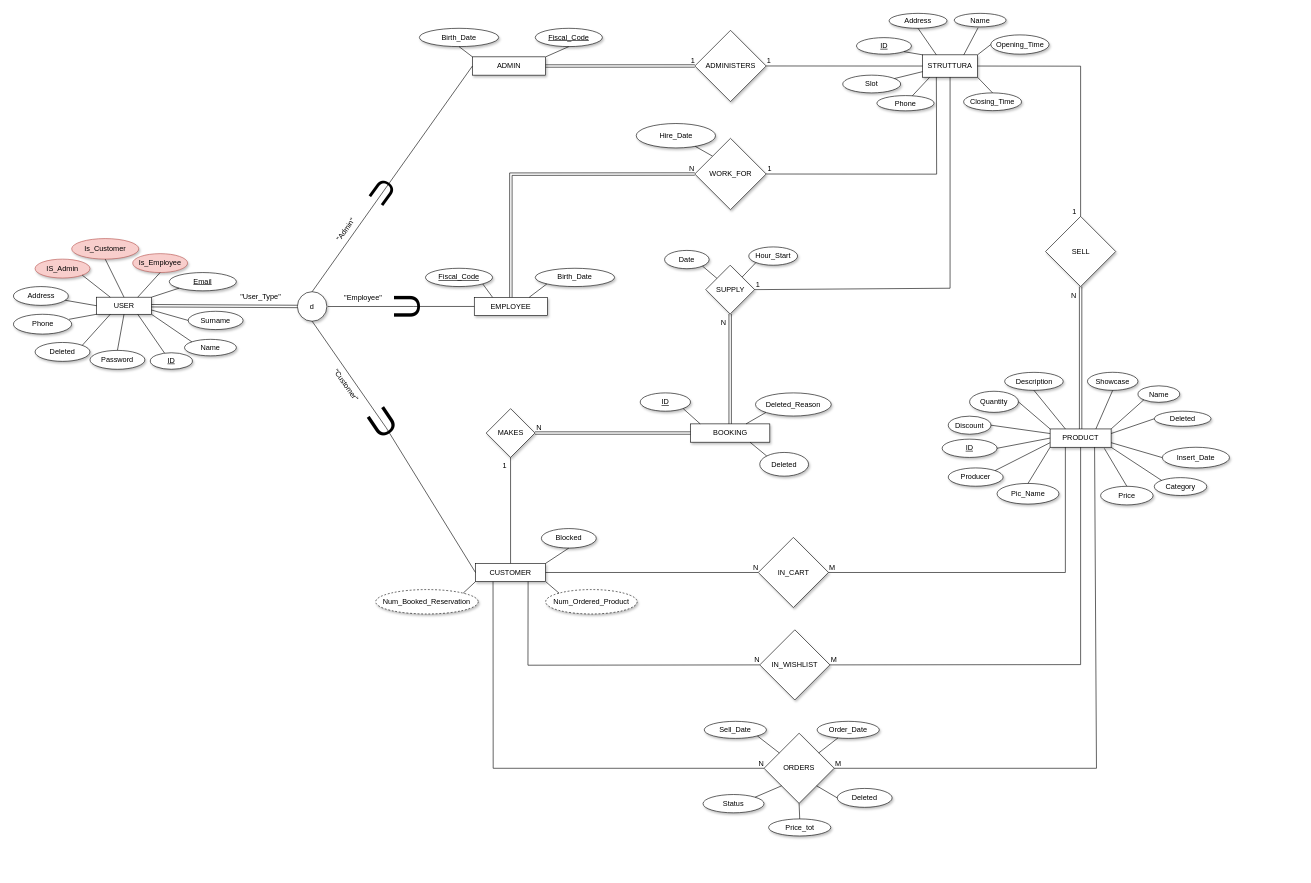
The draw.io diagram db/NEW_EER.drawio in lilpilgit/Barber, before the edit. Source tidied: cells renumbered, new cells numbered last; positions are measured from the earlier drawing's top-left corner, leaving out a move shared by most shapes. Both pictures are drawn from the tidied source at 61%, with x=0, y=0 at pixel (13, 13).
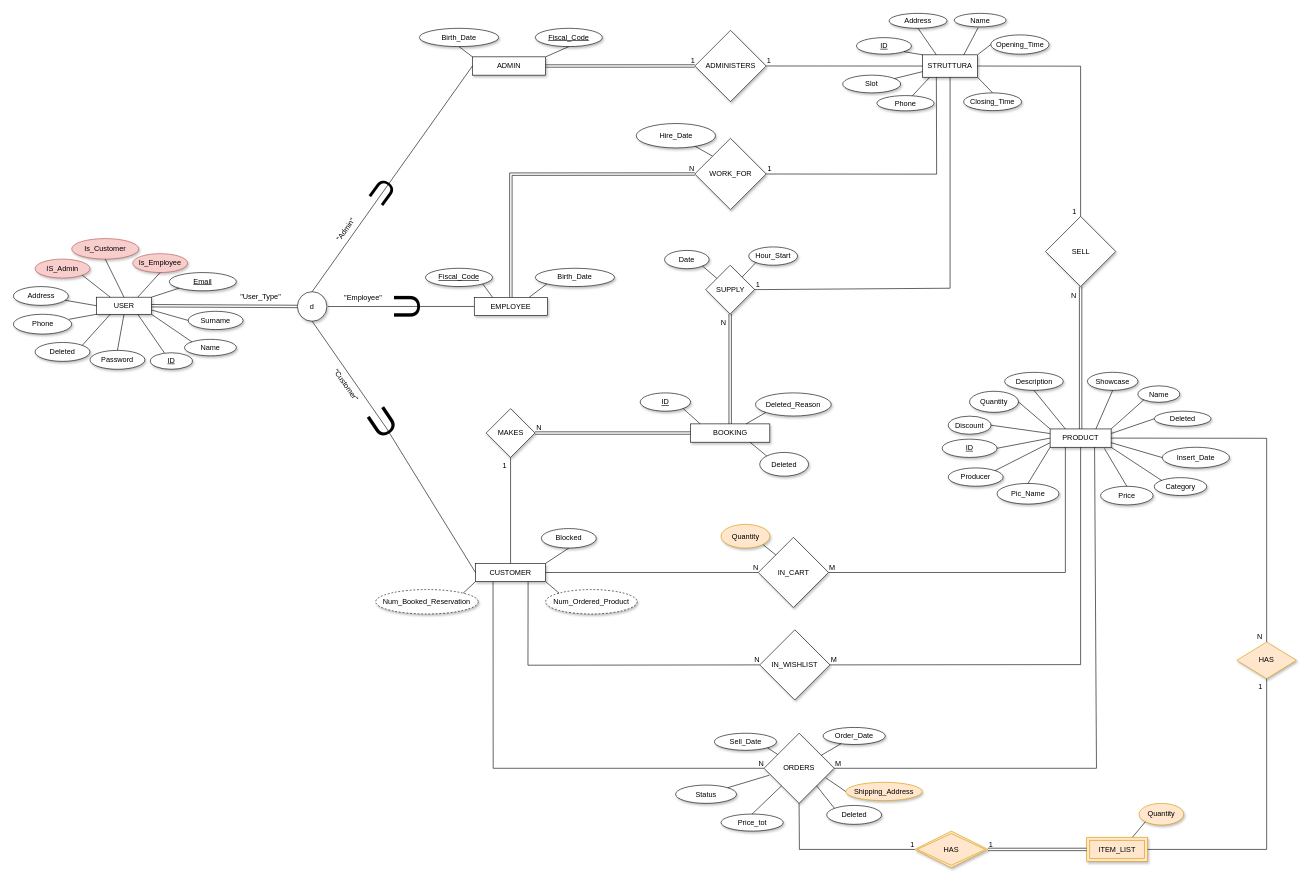
Above is the later version.

The change refers to these unchanged cells:
```xml
<mxCell id="2" value="PRODUCT" style="rounded=0;whiteSpace=wrap;html=1;shadow=1;" parent="1" vertex="1">
  <mxGeometry x="1700" y="681.7" width="100" height="30" as="geometry" />
</mxCell>
<mxCell id="50" value="ORDERS" style="rhombus;whiteSpace=wrap;html=1;shadow=1;" parent="1" vertex="1">
  <mxGeometry x="1231" y="1180.5" width="115" height="115" as="geometry" />
</mxCell>
<mxCell id="152" value="IN_CART" style="rhombus;whiteSpace=wrap;html=1;shadow=1;" parent="1" vertex="1">
  <mxGeometry x="1221.6" y="859.5" width="115" height="115" as="geometry" />
</mxCell>
```

What changed in the source:
```diff
@@
     <mxCell id="99" value="Order_Date" style="ellipse;whiteSpace=wrap;html=1;shadow=1;" parent="1" vertex="1">
-      <mxGeometry x="1318" y="1161" width="102" height="28" as="geometry" />
+      <mxGeometry x="1327.8" y="1171" width="102" height="28" as="geometry" />
     </mxCell>
@@
     <mxCell id="140" value="Status" style="ellipse;whiteSpace=wrap;html=1;shadow=1;" parent="1" vertex="1">
-      <mxGeometry x="1131" y="1281" width="100" height="30" as="geometry" />
+      <mxGeometry x="1086" y="1265.5" width="100" height="30" as="geometry" />
     </mxCell>
-    <mxCell id="141" style="endArrow=none;html=1;entryX=1;entryY=0;entryDx=0;entryDy=0;exitX=0;exitY=1;exitDx=0;exitDy=0;" parent="1" edge="1" source="50" target="140">
+    <mxCell id="141" style="endArrow=none;html=1;entryX=1;entryY=0;entryDx=0;entryDy=0;exitX=0.074;exitY=0.599;exitDx=0;exitDy=0;exitPerimeter=0;" parent="1" edge="1" source="50" target="140">
       <mxGeometry relative="1" as="geometry" />
     </mxCell>
     <mxCell id="142" value="Sell_Date" style="ellipse;whiteSpace=wrap;html=1;shadow=1;" parent="1" vertex="1">
-      <mxGeometry x="1133" y="1161" width="102" height="28" as="geometry" />
+      <mxGeometry x="1149.5" y="1180.5" width="102" height="28" as="geometry" />
     </mxCell>
@@
     <mxCell id="144" value="Price_tot" style="ellipse;whiteSpace=wrap;html=1;shadow=1;" parent="1" vertex="1">
-      <mxGeometry x="1238.5" y="1321" width="102" height="28" as="geometry" />
+      <mxGeometry x="1160.5" y="1313" width="102" height="28" as="geometry" />
     </mxCell>
-    <mxCell id="145" style="endArrow=none;html=1;exitX=0.5;exitY=0;exitDx=0;exitDy=0;entryX=0.5;entryY=1;entryDx=0;entryDy=0;" parent="1" edge="1" source="144" target="50">
+    <mxCell id="145" style="endArrow=none;html=1;exitX=0.5;exitY=0;exitDx=0;exitDy=0;entryX=0;entryY=1;entryDx=0;entryDy=0;" parent="1" edge="1" source="144" target="50">
       <mxGeometry relative="1" as="geometry" />
     </mxCell>
     <mxCell id="146" value="Deleted" style="ellipse;whiteSpace=wrap;html=1;shadow=1;" parent="1" vertex="1">
-      <mxGeometry x="1351" y="1271" width="90" height="31" as="geometry" />
+      <mxGeometry x="1333.8" y="1298.9" width="90" height="31" as="geometry" />
     </mxCell>
-    <mxCell id="147" style="endArrow=none;html=1;exitX=1;exitY=1;exitDx=0;exitDy=0;entryX=0;entryY=0.5;entryDx=0;entryDy=0;" parent="1" edge="1" source="50" target="146">
+    <mxCell id="147" style="endArrow=none;html=1;exitX=1;exitY=1;exitDx=0;exitDy=0;entryX=0;entryY=0;entryDx=0;entryDy=0;" parent="1" edge="1" source="50" target="146">
       <mxGeometry relative="1" as="geometry" />
     </mxCell>
@@
+    <mxCell id="160" value="Quantity" style="ellipse;whiteSpace=wrap;html=1;shadow=1;fillColor=#ffe6cc;strokeColor=#d79b00;" parent="1" vertex="1">
+      <mxGeometry x="1160.5" y="838.1" width="80" height="38.9" as="geometry" />
+    </mxCell>
+    <mxCell id="161" style="endArrow=none;html=1;entryX=1;entryY=1;entryDx=0;entryDy=0;exitX=0;exitY=0;exitDx=0;exitDy=0;" parent="1" edge="1" source="152" target="160">
+      <mxGeometry relative="1" as="geometry" />
+    </mxCell>
+    <mxCell id="162" value="HAS" style="shape=rhombus;double=1;perimeter=rhombusPerimeter;whiteSpace=wrap;html=1;align=center;shadow=1;fillColor=#ffe6cc;strokeColor=#d79b00;" parent="1" vertex="1">
+      <mxGeometry x="1478" y="1341" width="120" height="60" as="geometry" />
+    </mxCell>
+    <mxCell id="163" value="ITEM_LIST" style="shape=ext;margin=3;double=1;whiteSpace=wrap;html=1;align=center;shadow=1;fillColor=#ffe6cc;strokeColor=#d79b00;" parent="1" vertex="1">
+      <mxGeometry x="1760" y="1351" width="100" height="40" as="geometry" />
+    </mxCell>
+    <mxCell id="164" style="endArrow=none;html=1;rounded=0;exitX=0.5;exitY=1;exitDx=0;exitDy=0;entryX=0;entryY=0.5;entryDx=0;entryDy=0;" parent="1" edge="1" source="50" target="162">
+      <mxGeometry relative="1" as="geometry">
+        <Array as="points">
+          <mxPoint x="1289" y="1371" />
+        </Array>
+      </mxGeometry>
+    </mxCell>
+    <mxCell id="165" value="1" style="html=1;align=right;verticalAlign=bottom;" parent="164" vertex="1">
+      <mxGeometry x="1" relative="1" as="geometry" />
+    </mxCell>
+    <mxCell id="166" style="shape=link;html=1;rounded=0;entryX=1;entryY=0.5;entryDx=0;entryDy=0;exitX=0;exitY=0.5;exitDx=0;exitDy=0;" parent="1" edge="1" source="163" target="162">
+      <mxGeometry relative="1" as="geometry" />
+    </mxCell>
+    <mxCell id="167" value="1" style="html=1;align=left;verticalAlign=bottom;" parent="166" vertex="1">
+      <mxGeometry x="1" relative="1" as="geometry" />
+    </mxCell>
+    <mxCell id="168" value="Quantity" style="ellipse;whiteSpace=wrap;html=1;shadow=1;fillColor=#ffe6cc;strokeColor=#d79b00;" parent="1" vertex="1">
+      <mxGeometry x="1845.8" y="1295.5" width="73.2" height="35.5" as="geometry" />
+    </mxCell>
+    <mxCell id="169" value="Shipping_Address" style="ellipse;whiteSpace=wrap;html=1;shadow=1;fillColor=#ffe6cc;strokeColor=#d79b00;" parent="1" vertex="1">
+      <mxGeometry x="1365" y="1261" width="125.2" height="30" as="geometry" />
+    </mxCell>
+    <mxCell id="170" style="endArrow=none;html=1;exitX=0.88;exitY=0.636;exitDx=0;exitDy=0;entryX=0;entryY=0.5;entryDx=0;entryDy=0;exitPerimeter=0;" parent="1" edge="1" source="50" target="169">
+      <mxGeometry relative="1" as="geometry" />
+    </mxCell>
+    <mxCell id="171" style="endArrow=none;html=1;exitX=0.75;exitY=0;exitDx=0;exitDy=0;entryX=0;entryY=1;entryDx=0;entryDy=0;" parent="1" edge="1" source="163" target="168">
+      <mxGeometry relative="1" as="geometry" />
+    </mxCell>
+    <mxCell id="172" value="HAS" style="rhombus;whiteSpace=wrap;html=1;shadow=1;fillColor=#ffe6cc;strokeColor=#d79b00;" parent="1" vertex="1">
+      <mxGeometry x="2006" y="1031" width="98" height="60" as="geometry" />
+    </mxCell>
+    <mxCell id="173" style="endArrow=none;html=1;rounded=0;exitX=1;exitY=0.5;exitDx=0;exitDy=0;entryX=0.5;entryY=0;entryDx=0;entryDy=0;" parent="1" edge="1" source="2" target="172">
+      <mxGeometry relative="1" as="geometry">
+        <Array as="points">
+          <mxPoint x="2055" y="697" />
+        </Array>
+      </mxGeometry>
+    </mxCell>
+    <mxCell id="174" value="N&amp;nbsp;&amp;nbsp;" style="html=1;align=right;verticalAlign=bottom;" parent="173" vertex="1">
+      <mxGeometry x="1" relative="1" as="geometry" />
+    </mxCell>
+    <mxCell id="175" style="endArrow=none;html=1;rounded=0;entryX=0.5;entryY=1;entryDx=0;entryDy=0;exitX=1;exitY=0.5;exitDx=0;exitDy=0;" parent="1" edge="1" source="163" target="172">
+      <mxGeometry relative="1" as="geometry">
+        <Array as="points">
+          <mxPoint x="2055" y="1371" />
+        </Array>
+      </mxGeometry>
+    </mxCell>
+    <mxCell id="176" value="1&amp;nbsp;&amp;nbsp;" style="html=1;align=right;verticalAlign=top;" parent="175" vertex="1">
+      <mxGeometry x="1" relative="1" as="geometry" />
+    </mxCell>
```
